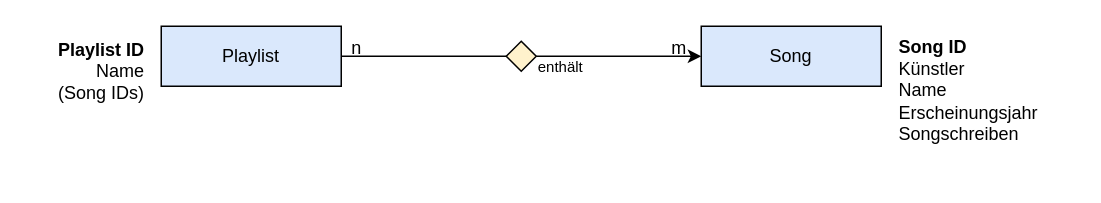
Earlier version of the draw.io diagram 3 REST-Webservices/Beispiele/Musikdatenbank/datenmodell.drawio (DennisSchulmeister/dhbwka-wwi-vertsys-2024-quellcodes). Source tidied: cells renumbered, new cells numbered last; positions are measured from the earlier drawing's top-left corner, leaving out a move shared by most shapes. Both pictures are drawn from the tidied source at 150%, with x=0, y=0 at pixel (26, 26).
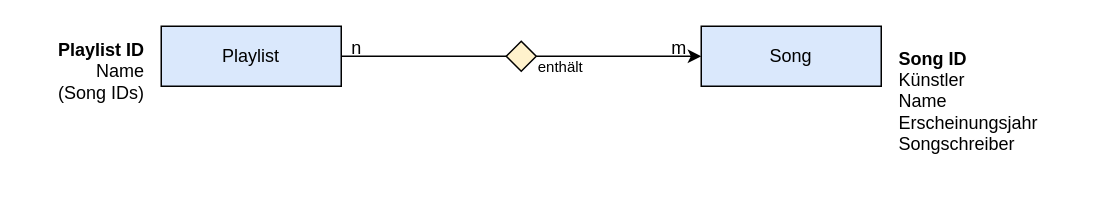
The same diagram, later.

Commit message (it also covers changes not shown here):
Musikdatenbank: Tippfehler im Datenmodell

Change to the diagram source:
```diff
@@
 <mxGraphModel>
   <root>
     <mxCell id="0" />
     <mxCell id="1" parent="0" />
     <mxCell id="2" value="Song" style="rounded=0;whiteSpace=wrap;html=1;fillColor=#dae8fc;strokeColor=#000000;" parent="1" vertex="1">
       <mxGeometry x="450" width="120" height="40" as="geometry" />
     </mxCell>
-    <mxCell id="3" value="&lt;div&gt;&lt;b&gt;Song ID&lt;/b&gt;&lt;/div&gt;&lt;div&gt;Künstler&lt;/div&gt;&lt;div&gt;Name&lt;/div&gt;&lt;div&gt;Erscheinungsjahr&lt;/div&gt;&lt;div&gt;Songschreiben&lt;br&gt;&lt;/div&gt;&lt;div&gt;&lt;br&gt;&lt;/div&gt;" style="text;html=1;align=left;verticalAlign=middle;strokeColor=none;fillColor=none;" parent="1" vertex="1">
-      <mxGeometry x="580" width="120" height="100" as="geometry" />
+    <mxCell id="3" value="&lt;div&gt;&lt;b&gt;Song ID&lt;/b&gt;&lt;/div&gt;&lt;div&gt;Künstler&lt;/div&gt;&lt;div&gt;Name&lt;/div&gt;&lt;div&gt;Erscheinungsjahr&lt;/div&gt;&lt;div&gt;Songschreiber&lt;br&gt;&lt;/div&gt;" style="text;html=1;align=left;verticalAlign=middle;strokeColor=none;fillColor=none;" parent="1" vertex="1">
+      <mxGeometry x="580" y="5" width="120" height="90" as="geometry" />
     </mxCell>
     <mxCell id="4" style="edgeStyle=orthogonalEdgeStyle;rounded=0;jettySize=auto;html=1;exitX=1;exitY=0.5;exitDx=0;exitDy=0;entryX=0;entryY=0.5;entryDx=0;entryDy=0;endArrow=none;endFill=0;" parent="1" edge="1" source="5" target="8">
       <mxGeometry relative="1" as="geometry" />
     </mxCell>
     <mxCell id="5" value="Playlist" style="rounded=0;whiteSpace=wrap;html=1;fillColor=#dae8fc;strokeColor=#000000;" parent="1" vertex="1">
       <mxGeometry x="90" width="120" height="40" as="geometry" />
     </mxCell>
     <mxCell id="6" value="&lt;div&gt;&lt;b&gt;Playlist ID&lt;/b&gt;&lt;/div&gt;&lt;div&gt;Name&lt;/div&gt;&lt;div&gt;(Song IDs)&lt;br&gt;&lt;/div&gt;" style="text;html=1;align=right;verticalAlign=middle;strokeColor=none;fillColor=none;" parent="1" vertex="1">
       <mxGeometry width="80" height="60" as="geometry" />
     </mxCell>
     <mxCell id="7" style="edgeStyle=orthogonalEdgeStyle;rounded=0;jettySize=auto;html=1;exitX=1;exitY=0.5;exitDx=0;exitDy=0;entryX=0;entryY=0.5;entryDx=0;entryDy=0;" parent="1" edge="1" source="8" target="2">
       <mxGeometry relative="1" as="geometry" />
     </mxCell>
     <mxCell id="8" style="rhombus;whiteSpace=wrap;html=1;fillColor=#fff2cc;strokeColor=#000000;" parent="1" vertex="1">
       <mxGeometry x="320" y="10" width="20" height="20" as="geometry" />
     </mxCell>
     <mxCell id="9" value="n" style="text;html=1;align=center;verticalAlign=middle;strokeColor=none;fillColor=none;" parent="1" vertex="1">
       <mxGeometry x="205" width="30" height="30" as="geometry" />
     </mxCell>
     <mxCell id="10" value="m" style="text;html=1;align=center;verticalAlign=middle;strokeColor=none;fillColor=none;" parent="1" vertex="1">
       <mxGeometry x="420" width="30" height="30" as="geometry" />
     </mxCell>
     <mxCell id="11" value="enthält" style="text;html=1;align=center;verticalAlign=middle;strokeColor=none;fillColor=none;fontSize=10;" parent="1" vertex="1">
       <mxGeometry x="331" y="12" width="50" height="30" as="geometry" />
     </mxCell>
   </root>
 </mxGraphModel>
```
